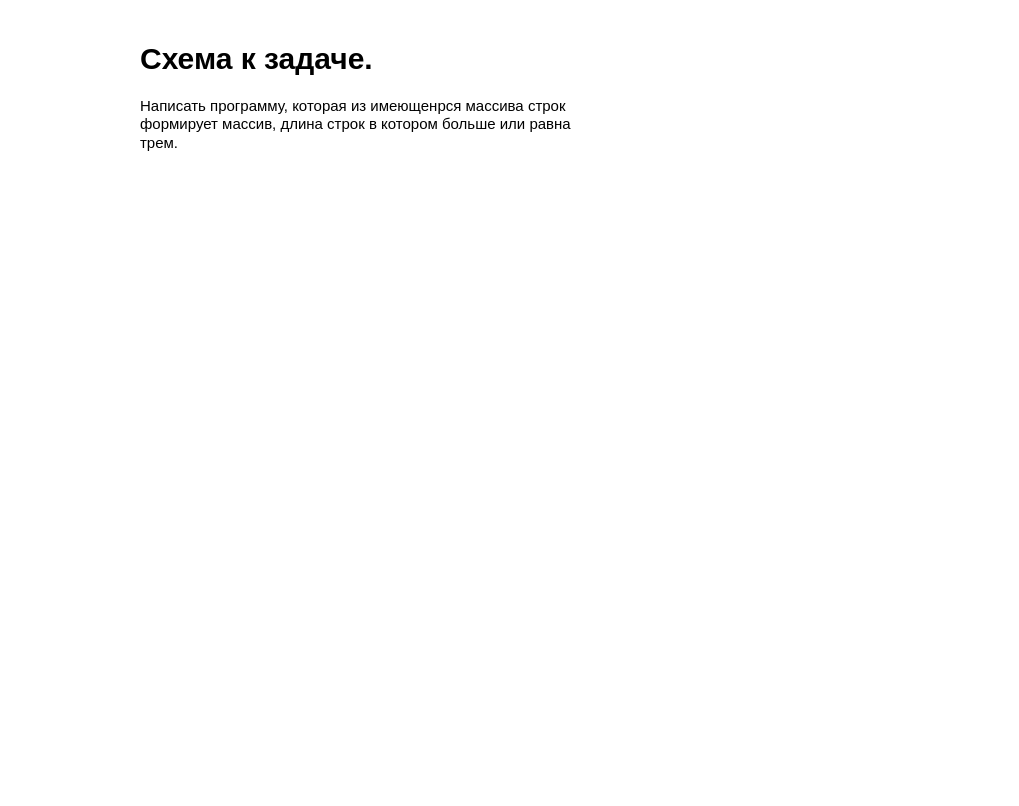
cute-sock/Q1_test_EMakarova keeps this draw.io diagram as task_C#_code/scheme.drawio. Above is the earlier version. Source tidied: cells renumbered, new cells numbered last; positions are measured from the earlier drawing's top-left corner, leaving out a move shared by most shapes. Both pictures are drawn from the tidied source at 125%, with x=0, y=0 at pixel (134, 34).
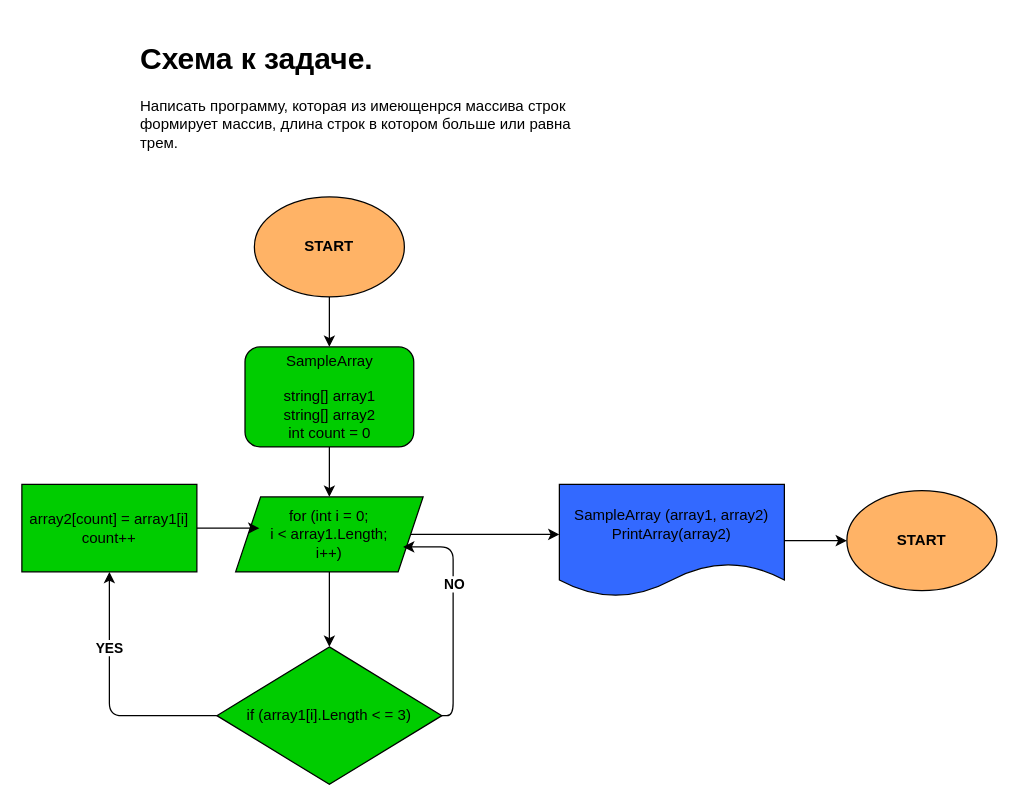
After the change.

Commit message:
scheme backing the code

The edit, as a diff of the source:
```diff
@@
+    <mxCell id="3" style="edgeStyle=none;html=1;exitX=0.5;exitY=1;exitDx=0;exitDy=0;" parent="1" edge="1" source="4">
+      <mxGeometry relative="1" as="geometry">
+        <mxPoint x="156" y="250" as="targetPoint" />
+      </mxGeometry>
+    </mxCell>
+    <mxCell id="4" value="&lt;b&gt;START&lt;/b&gt;" style="ellipse;whiteSpace=wrap;html=1;fillColor=#FFB366;" parent="1" vertex="1">
+      <mxGeometry x="96" y="130" width="120" height="80" as="geometry" />
+    </mxCell>
+    <mxCell id="5" style="edgeStyle=none;html=1;exitX=0.5;exitY=1;exitDx=0;exitDy=0;" parent="1" edge="1" source="6">
+      <mxGeometry relative="1" as="geometry">
+        <mxPoint x="156" y="370" as="targetPoint" />
+        <Array as="points">
+          <mxPoint x="156" y="350" />
+        </Array>
+      </mxGeometry>
+    </mxCell>
+    <mxCell id="6" value="SampleArray&lt;br&gt;&lt;br&gt;string[] array1&lt;br&gt;string[] array2&lt;br&gt;int count = 0" style="rounded=1;whiteSpace=wrap;html=1;fillColor=#00CC00;" parent="1" vertex="1">
+      <mxGeometry x="88.5" y="250" width="135" height="80" as="geometry" />
+    </mxCell>
+    <mxCell id="7" style="edgeStyle=none;html=1;exitX=0.5;exitY=1;exitDx=0;exitDy=0;" parent="1" edge="1" source="9">
+      <mxGeometry relative="1" as="geometry">
+        <mxPoint x="156" y="490" as="targetPoint" />
+      </mxGeometry>
+    </mxCell>
+    <mxCell id="8" style="edgeStyle=none;html=1;exitX=1;exitY=0.5;exitDx=0;exitDy=0;shadow=0;" parent="1" edge="1" source="9">
+      <mxGeometry relative="1" as="geometry">
+        <mxPoint x="340" y="400" as="targetPoint" />
+      </mxGeometry>
+    </mxCell>
+    <mxCell id="9" value="for (int i = 0;&lt;br&gt;i &amp;lt; array1.Length;&lt;br&gt;i++)" style="shape=parallelogram;perimeter=parallelogramPerimeter;whiteSpace=wrap;html=1;fixedSize=1;fillColor=#00CC00;" parent="1" vertex="1">
+      <mxGeometry x="81" y="370" width="150" height="60" as="geometry" />
+    </mxCell>
+    <mxCell id="10" style="edgeStyle=none;html=1;shadow=0;" parent="1" edge="1">
+      <mxGeometry relative="1" as="geometry">
+        <mxPoint x="245" y="545" as="sourcePoint" />
+        <mxPoint x="215" y="410" as="targetPoint" />
+        <Array as="points">
+          <mxPoint x="255" y="545" />
+          <mxPoint x="255" y="410" />
+        </Array>
+      </mxGeometry>
+    </mxCell>
+    <mxCell id="11" value="&lt;b&gt;NO&lt;/b&gt;" style="edgeLabel;html=1;align=center;verticalAlign=middle;" parent="10" vertex="1">
+      <mxGeometry x="0.25" y="-4" relative="1" as="geometry">
+        <mxPoint x="-4" as="offset" />
+      </mxGeometry>
+    </mxCell>
+    <mxCell id="12" style="edgeStyle=none;html=1;entryX=0.5;entryY=1;entryDx=0;entryDy=0;exitX=0;exitY=0.5;exitDx=0;exitDy=0;" parent="1" edge="1" source="14" target="16">
+      <mxGeometry relative="1" as="geometry">
+        <Array as="points">
+          <mxPoint x="-20" y="545" />
+        </Array>
+      </mxGeometry>
+    </mxCell>
+    <mxCell id="13" value="&lt;b&gt;YES&lt;/b&gt;" style="edgeLabel;html=1;align=center;verticalAlign=middle;" parent="12" vertex="1">
+      <mxGeometry x="-0.28" y="-2" relative="1" as="geometry">
+        <mxPoint x="-15" y="-53" as="offset" />
+      </mxGeometry>
+    </mxCell>
+    <mxCell id="14" value="if (array1[i].Length &amp;lt; = 3)" style="rhombus;whiteSpace=wrap;html=1;fillColor=#00CC00;" parent="1" vertex="1">
+      <mxGeometry x="66" y="490" width="180" height="110" as="geometry" />
+    </mxCell>
+    <mxCell id="15" style="edgeStyle=none;html=1;exitX=1;exitY=0.5;exitDx=0;exitDy=0;shadow=0;" parent="1" edge="1" source="16">
+      <mxGeometry relative="1" as="geometry">
+        <mxPoint x="100" y="395" as="targetPoint" />
+      </mxGeometry>
+    </mxCell>
+    <mxCell id="16" value="array2[count] = array1[i]&lt;br&gt;count++" style="whiteSpace=wrap;html=1;fillColor=#00CC00;" parent="1" vertex="1">
+      <mxGeometry x="-90" y="360" width="140" height="70" as="geometry" />
+    </mxCell>
+    <mxCell id="17" style="edgeStyle=none;html=1;exitX=1;exitY=0.5;exitDx=0;exitDy=0;shadow=0;" parent="1" edge="1" source="18">
+      <mxGeometry relative="1" as="geometry">
+        <mxPoint x="570" y="405" as="targetPoint" />
+      </mxGeometry>
+    </mxCell>
+    <mxCell id="18" value="SampleArray (array1, array2)&lt;br&gt;PrintArray(array2)" style="shape=document;whiteSpace=wrap;html=1;boundedLbl=1;fillColor=#3369FF;" parent="1" vertex="1">
+      <mxGeometry x="340" y="360" width="180" height="90" as="geometry" />
+    </mxCell>
+    <mxCell id="19" value="&lt;b&gt;START&lt;/b&gt;" style="ellipse;whiteSpace=wrap;html=1;fillColor=#FFB366;" parent="1" vertex="1">
+      <mxGeometry x="570" y="365" width="120" height="80" as="geometry" />
+    </mxCell>
```
